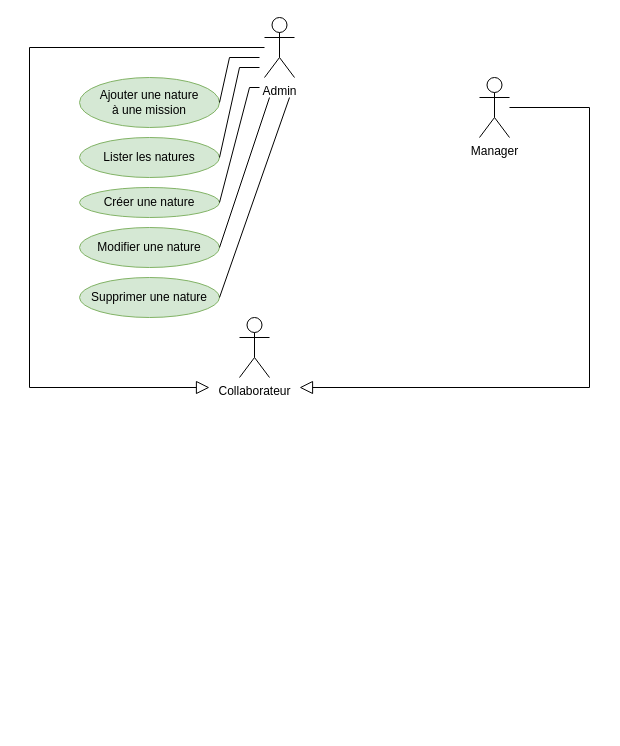
The draw.io diagram use_case.drawio in VincentProuchet/Gestion_Missions_FE, before the edit. Source tidied: cells renumbered, new cells numbered last; positions are measured from the earlier drawing's top-left corner, leaving out a move shared by most shapes. Both pictures are drawn from the tidied source at 100%, with x=0, y=0 at pixel (29, 17).
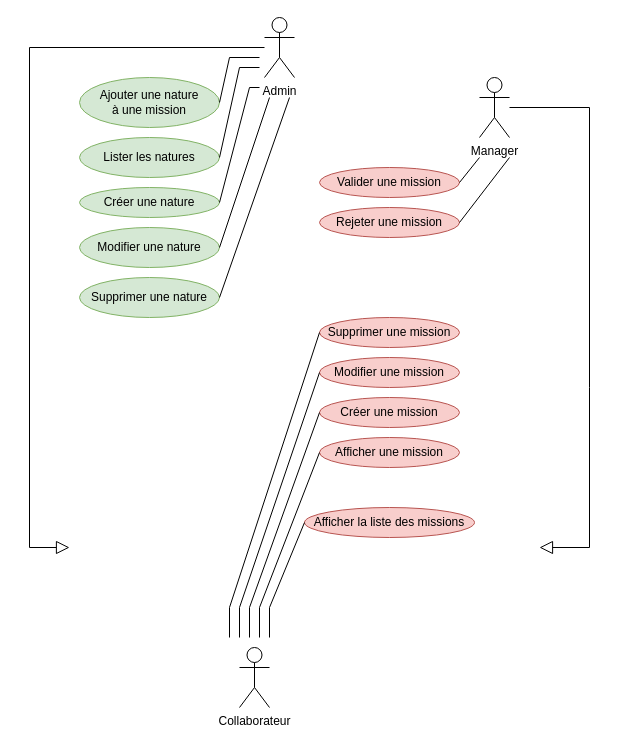
After the change.

Commit message:
update use_case.drawio add mission actions

The change refers to these unchanged cells:
```xml
<mxCell id="2" value="&lt;div&gt;Admin&lt;/div&gt;" style="shape=umlActor;verticalLabelPosition=bottom;verticalAlign=top;html=1;outlineConnect=0;" parent="1" vertex="1">
  <mxGeometry x="235" width="30" height="60" as="geometry" />
</mxCell>
<mxCell id="3" value="&lt;div&gt;Manager&lt;/div&gt;" style="shape=umlActor;verticalLabelPosition=bottom;verticalAlign=top;html=1;outlineConnect=0;" parent="1" vertex="1">
  <mxGeometry x="450" y="60" width="30" height="60" as="geometry" />
</mxCell>
```

Diff of the diagram source:
```diff
@@
     <mxCell id="4" value="&lt;div&gt;Collaborateur&lt;/div&gt;" style="shape=umlActor;verticalLabelPosition=bottom;verticalAlign=top;html=1;" parent="1" vertex="1">
-      <mxGeometry x="210" y="300" width="30" height="60" as="geometry" />
+      <mxGeometry x="210" y="630" width="30" height="60" as="geometry" />
     </mxCell>
     <mxCell id="5" style="endArrow=block;html=1;rounded=0;endFill=0;endSize=11;" parent="1" edge="1" source="2">
       <mxGeometry relative="1" as="geometry">
-        <mxPoint x="180" y="370" as="targetPoint" />
+        <mxPoint x="40" y="530" as="targetPoint" />
         <Array as="points">
           <mxPoint y="30" />
-          <mxPoint y="370" />
+          <mxPoint y="530" />
         </Array>
       </mxGeometry>
     </mxCell>
     <mxCell id="6" style="endArrow=block;html=1;rounded=0;endFill=0;endSize=11;startSize=6;" parent="1" edge="1" source="3">
       <mxGeometry relative="1" as="geometry">
-        <mxPoint x="270" y="370" as="targetPoint" />
+        <mxPoint x="510" y="530" as="targetPoint" />
         <Array as="points">
           <mxPoint x="560" y="90" />
           <mxPoint x="560" y="370" />
+          <mxPoint x="560" y="530" />
         </Array>
       </mxGeometry>
     </mxCell>
@@
+    <mxCell id="17" value="&lt;div&gt;Rejeter une mission&lt;/div&gt;" style="ellipse;whiteSpace=wrap;html=1;fillColor=#f8cecc;strokeColor=#b85450;" parent="1" vertex="1">
+      <mxGeometry x="290" y="190" width="140" height="30" as="geometry" />
+    </mxCell>
+    <mxCell id="18" value="&lt;div&gt;Valider une mission&lt;br&gt;&lt;/div&gt;" style="ellipse;whiteSpace=wrap;html=1;fillColor=#f8cecc;strokeColor=#b85450;" parent="1" vertex="1">
+      <mxGeometry x="290" y="150" width="140" height="30" as="geometry" />
+    </mxCell>
+    <mxCell id="19" style="endArrow=none;html=1;rounded=0;startSize=6;endSize=11;entryX=1;entryY=0.5;entryDx=0;entryDy=0;" parent="1" edge="1" target="18">
+      <mxGeometry relative="1" as="geometry">
+        <mxPoint x="450" y="140" as="sourcePoint" />
+      </mxGeometry>
+    </mxCell>
+    <mxCell id="20" style="endArrow=none;html=1;rounded=0;startSize=6;endSize=11;exitX=1;exitY=0.5;exitDx=0;exitDy=0;" parent="1" edge="1" source="17">
+      <mxGeometry relative="1" as="geometry">
+        <mxPoint x="480" y="140" as="targetPoint" />
+      </mxGeometry>
+    </mxCell>
+    <mxCell id="21" value="&lt;div&gt;Supprimer une mission&lt;br&gt;&lt;/div&gt;" style="ellipse;whiteSpace=wrap;html=1;fillColor=#f8cecc;strokeColor=#b85450;" parent="1" vertex="1">
+      <mxGeometry x="290" y="300" width="140" height="30" as="geometry" />
+    </mxCell>
+    <mxCell id="22" value="&lt;div&gt;Modifier une mission&lt;/div&gt;" style="ellipse;whiteSpace=wrap;html=1;fillColor=#f8cecc;strokeColor=#b85450;" parent="1" vertex="1">
+      <mxGeometry x="290" y="340" width="140" height="30" as="geometry" />
+    </mxCell>
+    <mxCell id="23" value="&lt;div&gt;Créer une mission&lt;br&gt;&lt;/div&gt;" style="ellipse;whiteSpace=wrap;html=1;fillColor=#f8cecc;strokeColor=#b85450;" parent="1" vertex="1">
+      <mxGeometry x="290" y="380" width="140" height="30" as="geometry" />
+    </mxCell>
+    <mxCell id="24" value="&lt;div&gt;Afficher une mission&lt;/div&gt;" style="ellipse;whiteSpace=wrap;html=1;fillColor=#f8cecc;strokeColor=#b85450;" parent="1" vertex="1">
+      <mxGeometry x="290" y="420" width="140" height="30" as="geometry" />
+    </mxCell>
+    <mxCell id="25" value="&lt;div&gt;Afficher la liste des missions&lt;/div&gt;" style="ellipse;whiteSpace=wrap;html=1;fillColor=#f8cecc;strokeColor=#b85450;" parent="1" vertex="1">
+      <mxGeometry x="275" y="490" width="170" height="30" as="geometry" />
+    </mxCell>
+    <mxCell id="26" style="endArrow=none;html=1;rounded=0;startSize=6;endSize=11;entryX=0;entryY=0.5;entryDx=0;entryDy=0;" parent="1" edge="1" target="21">
+      <mxGeometry relative="1" as="geometry">
+        <mxPoint x="200" y="620" as="sourcePoint" />
+        <Array as="points">
+          <mxPoint x="200" y="590" />
+        </Array>
+      </mxGeometry>
+    </mxCell>
+    <mxCell id="27" style="endArrow=none;html=1;rounded=0;startSize=6;endSize=11;entryX=0;entryY=0.5;entryDx=0;entryDy=0;" parent="1" edge="1" target="22">
+      <mxGeometry relative="1" as="geometry">
+        <mxPoint x="210" y="620" as="sourcePoint" />
+        <Array as="points">
+          <mxPoint x="210" y="590" />
+        </Array>
+      </mxGeometry>
+    </mxCell>
+    <mxCell id="28" style="endArrow=none;html=1;rounded=0;startSize=6;endSize=11;entryX=0;entryY=0.5;entryDx=0;entryDy=0;" parent="1" edge="1" target="23">
+      <mxGeometry relative="1" as="geometry">
+        <mxPoint x="220" y="620" as="sourcePoint" />
+        <Array as="points">
+          <mxPoint x="220" y="590" />
+        </Array>
+      </mxGeometry>
+    </mxCell>
+    <mxCell id="29" style="endArrow=none;html=1;rounded=0;startSize=6;endSize=11;entryX=0;entryY=0.5;entryDx=0;entryDy=0;" parent="1" edge="1" target="24">
+      <mxGeometry relative="1" as="geometry">
+        <mxPoint x="230" y="620" as="sourcePoint" />
+        <Array as="points">
+          <mxPoint x="230" y="590" />
+        </Array>
+      </mxGeometry>
+    </mxCell>
+    <mxCell id="30" style="endArrow=none;html=1;rounded=0;startSize=6;endSize=11;exitX=0;exitY=0.5;exitDx=0;exitDy=0;" parent="1" edge="1" source="25">
+      <mxGeometry relative="1" as="geometry">
+        <mxPoint x="240" y="620" as="targetPoint" />
+        <Array as="points">
+          <mxPoint x="240" y="590" />
+        </Array>
+      </mxGeometry>
+    </mxCell>
```
